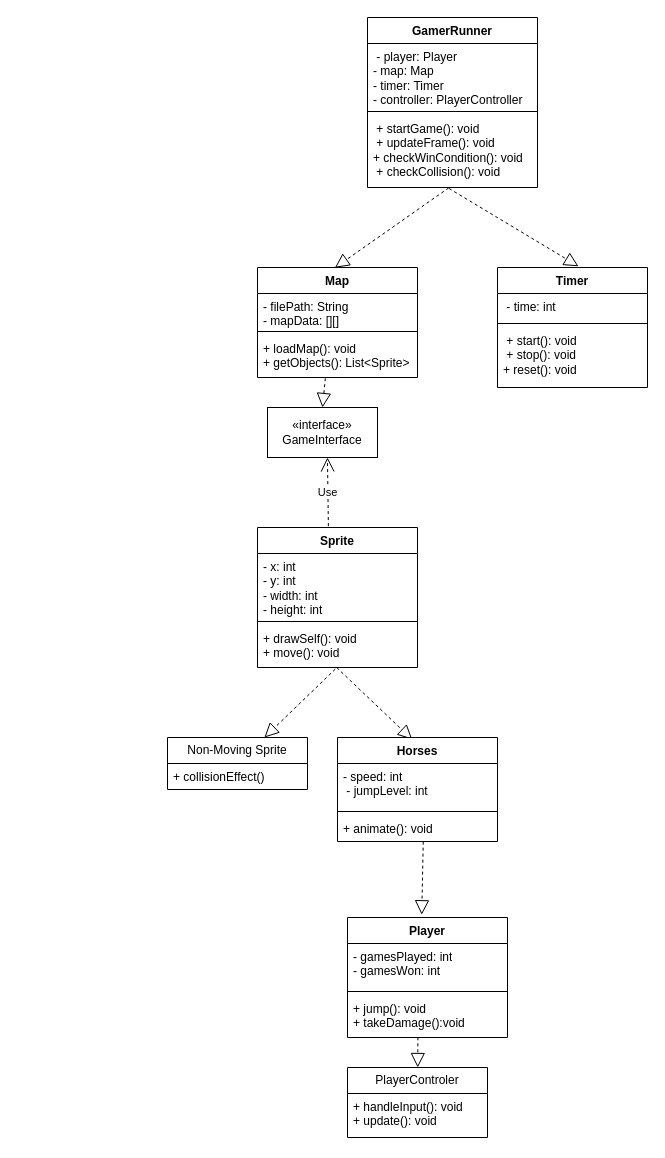
The draw.io diagram UML Diagram.drawio in tellmon/2D-side-scroller, before the edit. Source tidied: cells renumbered, new cells numbered last; positions are measured from the earlier drawing's top-left corner, leaving out a move shared by most shapes. Both pictures are drawn from the tidied source at 100%, with x=0, y=0 at pixel (167, 17).
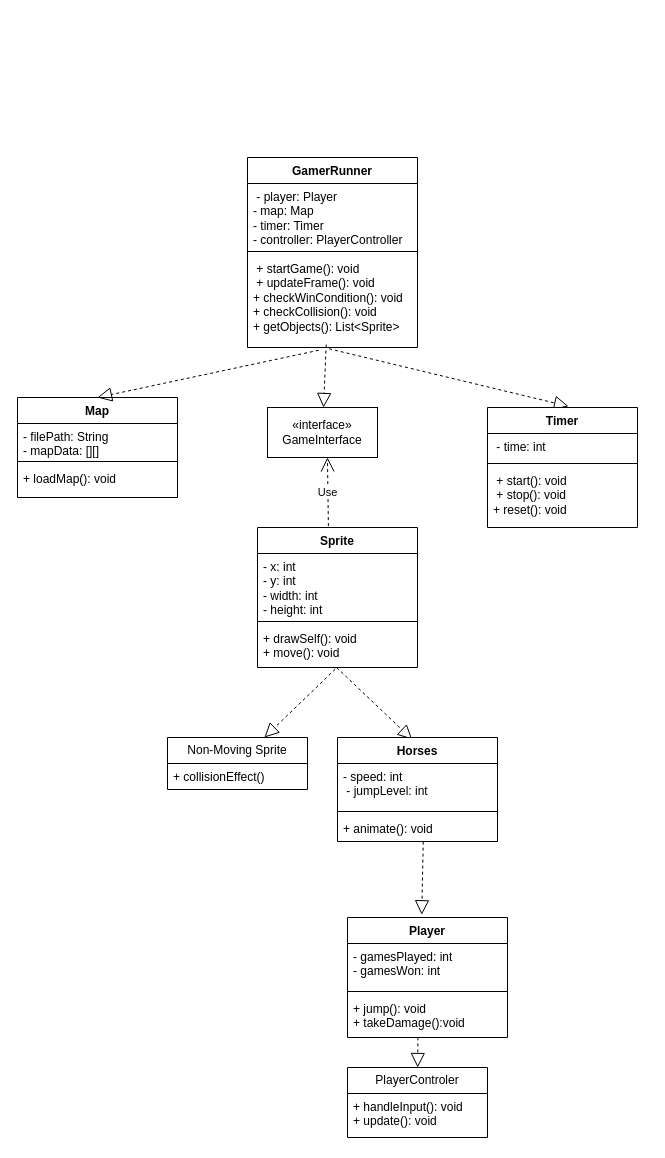
Above is the later version.

Commit message (it also covers changes not shown here):
Change to UML diagram

The change refers to these unchanged cells:
```xml
<mxCell id="17" value="«interface»&lt;br&gt;&lt;div&gt;GameInterface&lt;/div&gt;" style="html=1;whiteSpace=wrap;" parent="1" vertex="1">
  <mxGeometry x="100" y="390" width="110" height="50" as="geometry" />
</mxCell>
```

Change to the diagram source:
```diff
@@
     <mxCell id="2" value="GamerRunner" style="swimlane;fontStyle=1;align=center;verticalAlign=top;horizontal=1;startSize=26;whiteSpace=wrap;html=1;" parent="1" vertex="1">
-      <mxGeometry x="200" width="170" height="170" as="geometry" />
+      <mxGeometry x="80" y="140" width="170" height="190" as="geometry" />
     </mxCell>
@@
-    <mxCell id="5" value="&amp;nbsp;+ startGame(): void&amp;nbsp;&lt;div&gt;&amp;nbsp;+ updateFrame(): void&lt;/div&gt;&lt;div&gt;+ checkWinCondition(): void&lt;/div&gt;&lt;div&gt;&amp;nbsp;+ checkCollision(): void&amp;nbsp; &amp;nbsp;&lt;/div&gt;" style="text;strokeColor=none;fillColor=none;align=left;verticalAlign=top;spacingLeft=4;spacingRight=4;overflow=hidden;points=[[0,0.5],[1,0.5]];portConstraint=eastwest;whiteSpace=wrap;html=1;" parent="2" vertex="1">
-      <mxGeometry y="98" width="170" height="72" as="geometry" />
+    <mxCell id="5" value="&amp;nbsp;+ startGame(): void&amp;nbsp;&lt;div&gt;&amp;nbsp;+ updateFrame(): void&lt;/div&gt;&lt;div&gt;+ checkWinCondition(): void&lt;/div&gt;&lt;div&gt;+ checkCollision(): void&amp;nbsp; &amp;nbsp;&lt;/div&gt;&lt;div&gt;+ getObjects(): List&amp;lt;Sprite&amp;gt;&lt;/div&gt;" style="text;strokeColor=none;fillColor=none;align=left;verticalAlign=top;spacingLeft=4;spacingRight=4;overflow=hidden;points=[[0,0.5],[1,0.5]];portConstraint=eastwest;whiteSpace=wrap;html=1;" parent="2" vertex="1">
+      <mxGeometry y="98" width="170" height="92" as="geometry" />
     </mxCell>
@@
-    <mxCell id="7" style="endArrow=block;dashed=1;endFill=0;endSize=12;html=1;rounded=0;exitX=0.478;exitY=1.005;exitDx=0;exitDy=0;exitPerimeter=0;entryX=0.484;entryY=0.002;entryDx=0;entryDy=0;entryPerimeter=0;" parent="1" edge="1" source="5" target="12">
-      <mxGeometry relative="1" as="geometry" />
-    </mxCell>
     <mxCell id="8" value="Timer" style="swimlane;fontStyle=1;align=center;verticalAlign=top;horizontal=1;startSize=26;whiteSpace=wrap;html=1;" parent="1" vertex="1">
-      <mxGeometry x="330" y="250" width="150" height="120" as="geometry" />
+      <mxGeometry x="320" y="390" width="150" height="120" as="geometry" />
     </mxCell>
@@
     <mxCell id="12" value="Map" style="swimlane;fontStyle=1;align=center;verticalAlign=top;horizontal=1;startSize=26;whiteSpace=wrap;html=1;" parent="1" vertex="1">
-      <mxGeometry x="90" y="250" width="160" height="110" as="geometry" />
+      <mxGeometry x="-150" y="380" width="160" height="100" as="geometry" />
     </mxCell>
@@
-    <mxCell id="15" value="+ loadMap(): void&lt;div&gt;+ getObjects(): List&amp;lt;Sprite&amp;gt;&lt;/div&gt;&lt;div&gt;&lt;br&gt;&lt;/div&gt;" style="text;strokeColor=none;fillColor=none;align=left;verticalAlign=top;spacingLeft=4;spacingRight=4;overflow=hidden;points=[[0,0.5],[1,0.5]];portConstraint=eastwest;whiteSpace=wrap;html=1;" parent="12" vertex="1">
-      <mxGeometry y="68" width="160" height="42" as="geometry" />
+    <mxCell id="15" value="+ loadMap(): void&lt;div&gt;&lt;br&gt;&lt;/div&gt;&lt;div&gt;&lt;br&gt;&lt;/div&gt;" style="text;strokeColor=none;fillColor=none;align=left;verticalAlign=top;spacingLeft=4;spacingRight=4;overflow=hidden;points=[[0,0.5],[1,0.5]];portConstraint=eastwest;whiteSpace=wrap;html=1;" parent="12" vertex="1">
+      <mxGeometry y="68" width="160" height="32" as="geometry" />
     </mxCell>
-    <mxCell id="16" style="endArrow=block;dashed=1;endFill=0;endSize=12;html=1;rounded=0;exitX=0.424;exitY=1.018;exitDx=0;exitDy=0;exitPerimeter=0;entryX=0.5;entryY=0;entryDx=0;entryDy=0;" parent="1" edge="1" source="15" target="17">
-      <mxGeometry relative="1" as="geometry" />
-    </mxCell>
@@
+    <mxCell id="7" style="endArrow=block;dashed=1;endFill=0;endSize=12;html=1;rounded=0;exitX=0.419;exitY=1.03;exitDx=0;exitDy=0;exitPerimeter=0;entryX=0.5;entryY=0;entryDx=0;entryDy=0;" parent="1" edge="1" source="5" target="12">
+      <mxGeometry relative="1" as="geometry" />
+    </mxCell>
+    <mxCell id="39" style="endArrow=block;dashed=1;endFill=0;endSize=12;html=1;rounded=0;exitX=0.463;exitY=0.968;exitDx=0;exitDy=0;exitPerimeter=0;" parent="1" edge="1" source="5" target="17">
+      <mxGeometry relative="1" as="geometry" />
+    </mxCell>
```
